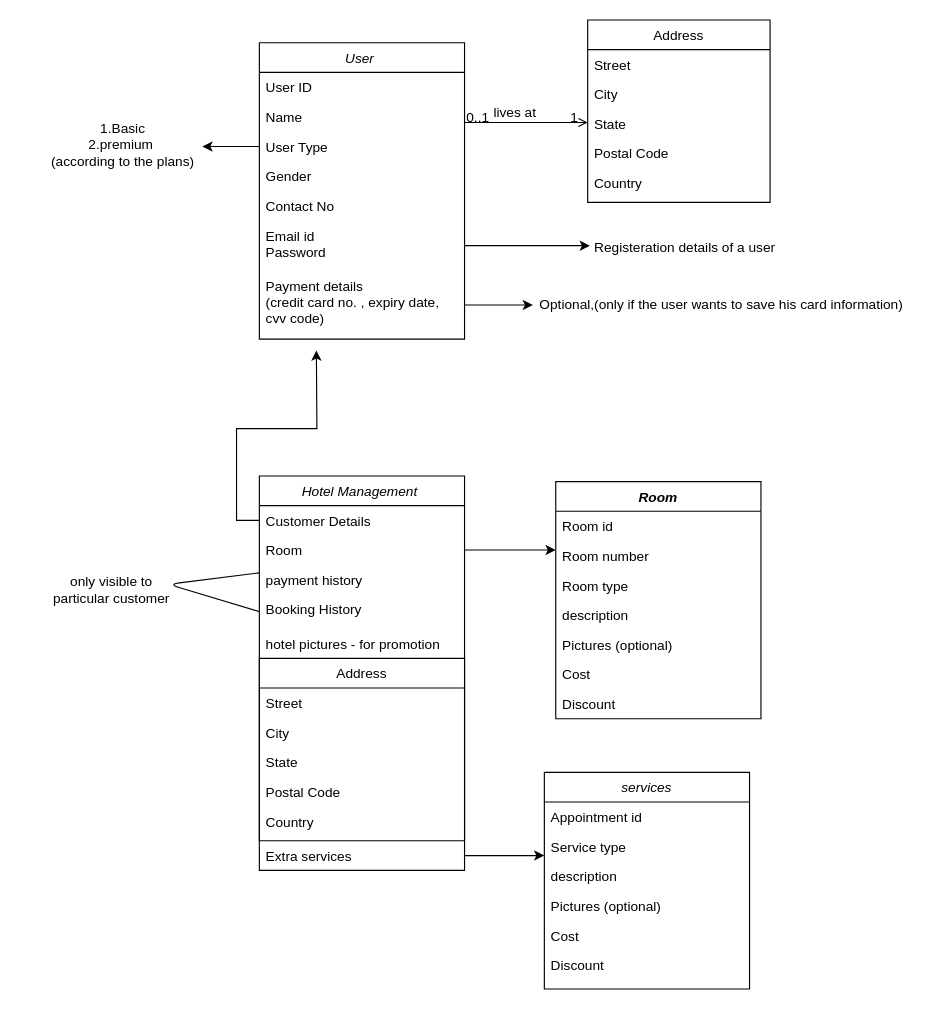
Earlier version of the draw.io diagram Untitled Diagram.drawio (riyagarg26/database_design). Source tidied: cells renumbered, new cells numbered last; positions are measured from the earlier drawing's top-left corner, leaving out a move shared by most shapes. Both pictures are drawn from the tidied source at 114%, with x=0, y=0 at pixel (42, 19).
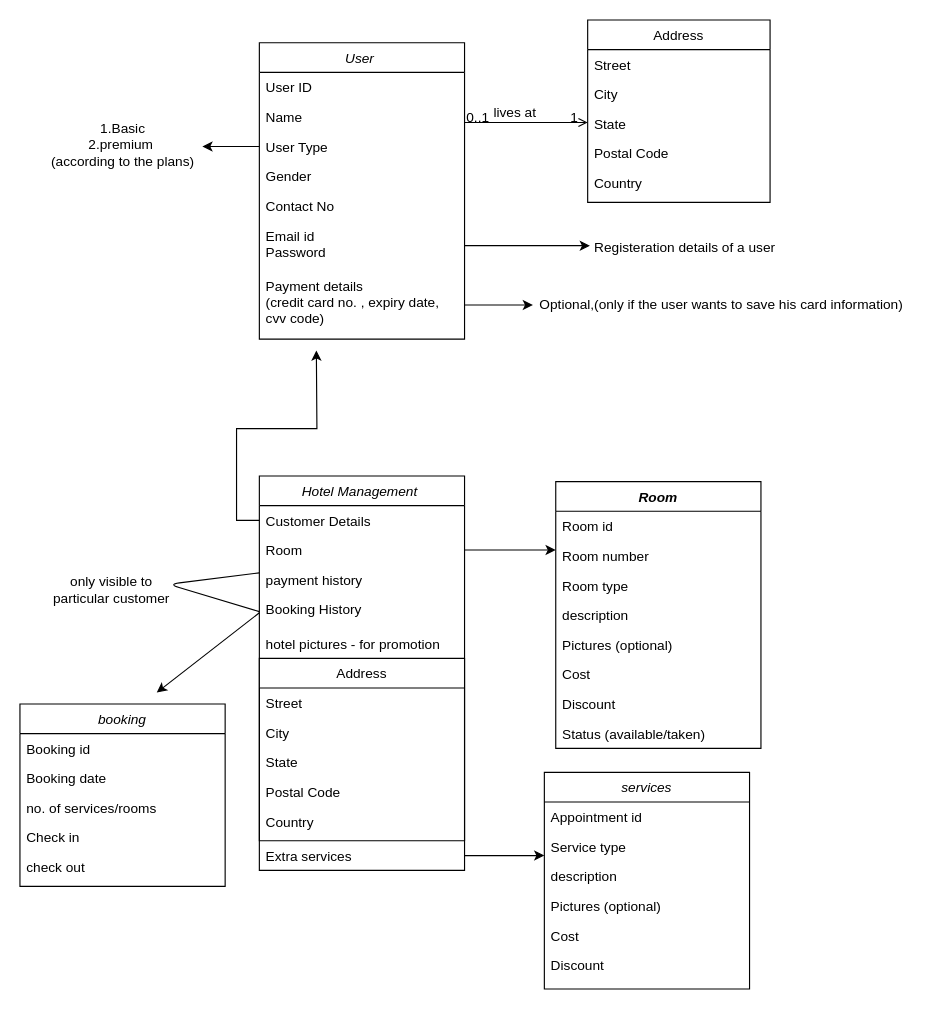
The same diagram, later.

Commit message:
User+ Hotel Management.drawio

What changed in the source:
```diff
@@
     <mxCell id="43" value="Room" style="swimlane;fontStyle=3;align=center;verticalAlign=top;horizontal=1;startSize=26;rounded=0;shadow=0;strokeWidth=1;" parent="1" vertex="1">
-      <mxGeometry x="450" y="405" width="180" height="208" as="geometry" />
+      <mxGeometry x="450" y="405" width="180" height="234" as="geometry" />
     </mxCell>
@@
+    <mxCell id="59" value="Status (available/taken)" style="text;align=left;verticalAlign=top;spacingLeft=4;spacingRight=4;overflow=hidden;rounded=0;shadow=0;html=0;" parent="43" vertex="1">
+      <mxGeometry y="208" width="180" height="26" as="geometry" />
+    </mxCell>
@@
+    <mxCell id="60" value="booking" style="swimlane;fontStyle=2;align=center;verticalAlign=top;horizontal=1;startSize=26;rounded=0;shadow=0;strokeWidth=1;" parent="1" vertex="1">
+      <mxGeometry x="-20" y="600" width="180" height="160" as="geometry" />
+    </mxCell>
+    <mxCell id="61" value="Booking id" style="text;align=left;verticalAlign=top;spacingLeft=4;spacingRight=4;overflow=hidden;rounded=0;shadow=0;html=0;" parent="60" vertex="1">
+      <mxGeometry y="26" width="180" height="26" as="geometry" />
+    </mxCell>
+    <mxCell id="62" value="Booking date" style="text;align=left;verticalAlign=top;spacingLeft=4;spacingRight=4;overflow=hidden;rounded=0;shadow=0;html=0;" parent="60" vertex="1">
+      <mxGeometry y="52" width="180" height="26" as="geometry" />
+    </mxCell>
+    <mxCell id="63" value="no. of services/rooms" style="text;align=left;verticalAlign=top;spacingLeft=4;spacingRight=4;overflow=hidden;rounded=0;shadow=0;html=0;" parent="60" vertex="1">
+      <mxGeometry y="78" width="180" height="26" as="geometry" />
+    </mxCell>
+    <mxCell id="64" value="Check in" style="text;align=left;verticalAlign=top;spacingLeft=4;spacingRight=4;overflow=hidden;rounded=0;shadow=0;html=0;" parent="60" vertex="1">
+      <mxGeometry y="104" width="180" height="26" as="geometry" />
+    </mxCell>
+    <mxCell id="65" value="check out" style="text;align=left;verticalAlign=top;spacingLeft=4;spacingRight=4;overflow=hidden;rounded=0;shadow=0;html=0;" parent="60" vertex="1">
+      <mxGeometry y="130" width="180" height="26" as="geometry" />
+    </mxCell>
+    <mxCell id="66" style="endArrow=classic;html=1;" parent="1" edge="1">
+      <mxGeometry relative="1" as="geometry">
+        <mxPoint x="190" y="520" as="sourcePoint" />
+        <mxPoint x="100" y="590" as="targetPoint" />
+      </mxGeometry>
+    </mxCell>
```
